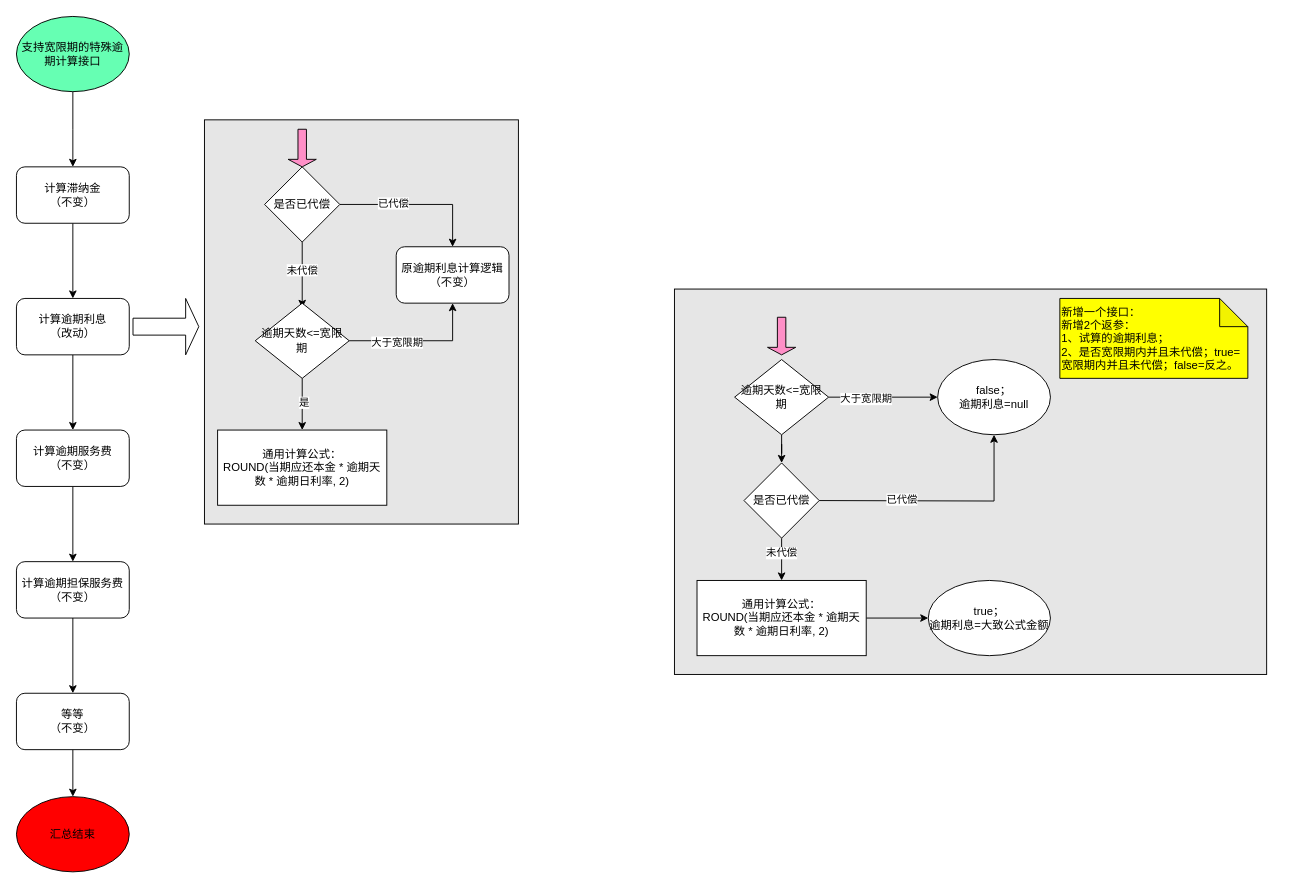
The draw.io diagram SOP5177-宽限期内减免规则逾期计算修改-贷后法催.drawio in guoZD/draw, before the edit. Source tidied: cells renumbered, new cells numbered last; positions are measured from the earlier drawing's top-left corner, leaving out a move shared by most shapes. Both pictures are drawn from the tidied source at 94%, with x=0, y=0 at pixel (16, 16).
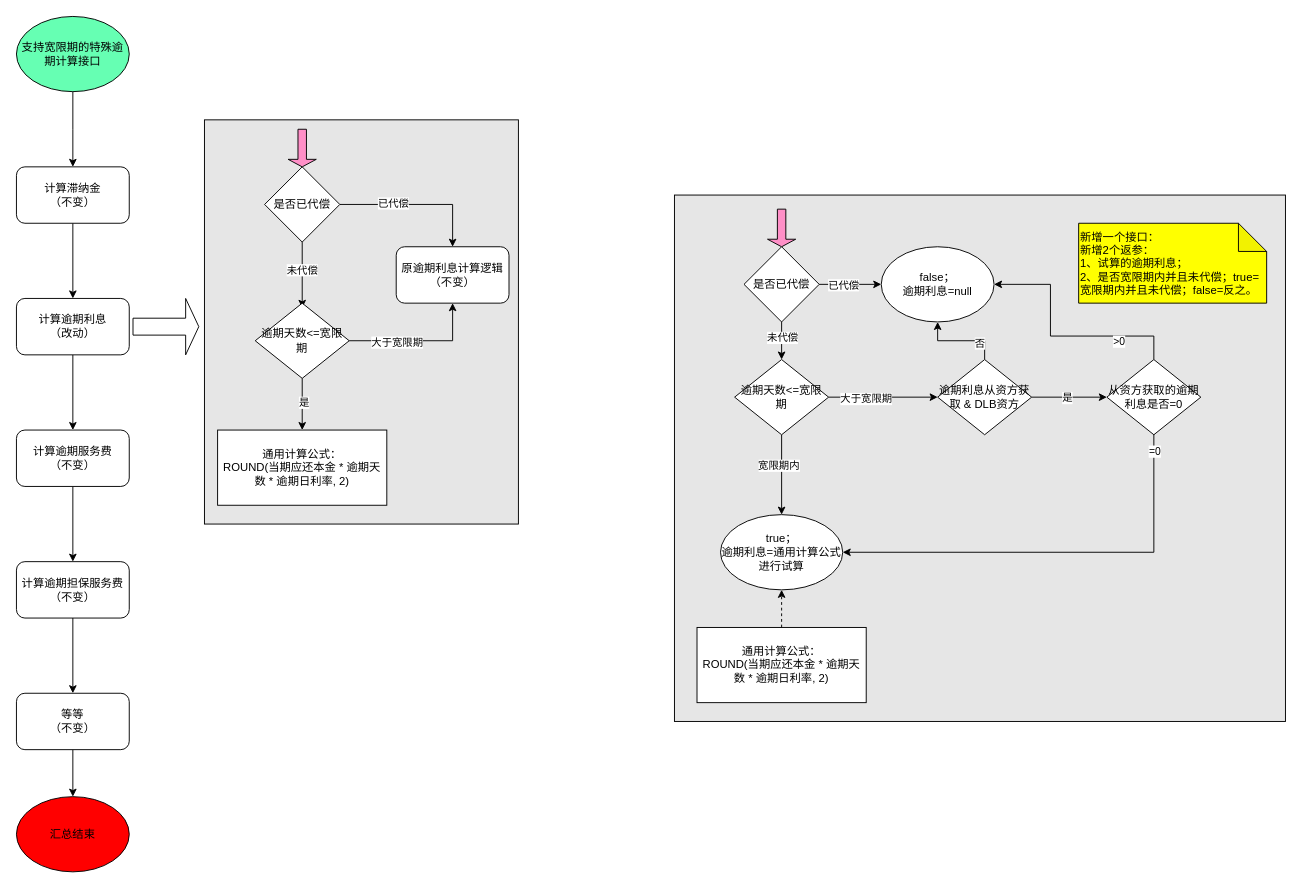
After the change.

Commit message:
更新SOP5177-宽限期内减免规则逾期计算修改-贷后法催.drawio

Unchanged cells that the change refers to:
```xml
<mxCell id="36" value="逾期天数&amp;lt;=宽限期" style="rhombus;whiteSpace=wrap;html=1;" parent="1" vertex="1">
  <mxGeometry x="764" y="365" width="100" height="80" as="geometry" />
</mxCell>
```

Diff of the diagram source:
```diff
@@
     <mxCell id="30" style="rounded=0;whiteSpace=wrap;html=1;fillColor=#E6E6E6;" parent="1" vertex="1">
-      <mxGeometry x="700" y="290" width="630" height="410" as="geometry" />
+      <mxGeometry x="700" y="190" width="650" height="560" as="geometry" />
     </mxCell>
-    <mxCell id="31" style="edgeStyle=orthogonalEdgeStyle;rounded=0;jettySize=auto;html=1;entryX=0.5;entryY=1;entryDx=0;entryDy=0;" parent="1" edge="1" target="44">
-      <mxGeometry relative="1" as="geometry">
-        <mxPoint x="854" y="515" as="sourcePoint" />
-      </mxGeometry>
-    </mxCell>
-    <mxCell id="32" value="已代偿" style="edgeLabel;html=1;align=center;verticalAlign=middle;" parent="31" vertex="1">
-      <mxGeometry x="-0.32" y="2" relative="1" as="geometry" />
-    </mxCell>
@@
-    <mxCell id="35" style="edgeStyle=orthogonalEdgeStyle;rounded=0;jettySize=auto;html=1;" parent="1" edge="1" source="36" target="42">
-      <mxGeometry relative="1" as="geometry" />
-    </mxCell>
+    <mxCell id="46" style="edgeStyle=orthogonalEdgeStyle;rounded=0;jettySize=auto;html=1;" parent="1" edge="1" source="36" target="45">
+      <mxGeometry relative="1" as="geometry" />
+    </mxCell>
+    <mxCell id="47" value="宽限期内" style="edgeLabel;html=1;align=center;verticalAlign=middle;" parent="46" vertex="1">
+      <mxGeometry x="-0.24" y="-4" relative="1" as="geometry" />
+    </mxCell>
@@
-    <mxCell id="37" style="edgeStyle=orthogonalEdgeStyle;rounded=0;jettySize=auto;html=1;" parent="1" edge="1" source="38" target="45">
+    <mxCell id="37" style="edgeStyle=orthogonalEdgeStyle;rounded=0;jettySize=auto;html=1;strokeColor=default;dashed=1;" parent="1" edge="1" source="38" target="45">
       <mxGeometry relative="1" as="geometry" />
     </mxCell>
     <mxCell id="38" value="通用计算公式：&lt;br&gt;ROUND(当期应还本金 * 逾期天数 * 逾期日利率, 2)&#9;" style="whiteSpace=wrap;html=1;" parent="1" vertex="1">
-      <mxGeometry x="724" y="600" width="180" height="80" as="geometry" />
+      <mxGeometry x="724" y="650" width="180" height="80" as="geometry" />
     </mxCell>
     <mxCell id="39" style="shape=singleArrow;direction=south;whiteSpace=wrap;html=1;fillColor=#FF8FC7;" parent="1" vertex="1">
-      <mxGeometry x="799" y="320" width="30" height="40" as="geometry" />
+      <mxGeometry x="799" y="205" width="30" height="40" as="geometry" />
     </mxCell>
-    <mxCell id="40" style="edgeStyle=orthogonalEdgeStyle;rounded=0;jettySize=auto;html=1;" parent="1" edge="1" source="42" target="38">
-      <mxGeometry relative="1" as="geometry" />
-    </mxCell>
+    <mxCell id="48" style="edgeStyle=orthogonalEdgeStyle;rounded=0;jettySize=auto;html=1;" parent="1" edge="1" source="42" target="36">
+      <mxGeometry relative="1" as="geometry" />
+    </mxCell>
-    <mxCell id="41" value="未代偿" style="edgeLabel;html=1;align=center;verticalAlign=middle;" parent="40" vertex="1">
-      <mxGeometry x="-0.33" y="-1" relative="1" as="geometry" />
+    <mxCell id="41" value="未代偿" style="edgeLabel;html=1;align=center;verticalAlign=middle;" parent="48" vertex="1">
+      <mxGeometry x="-0.2" relative="1" as="geometry" />
     </mxCell>
+    <mxCell id="49" style="edgeStyle=orthogonalEdgeStyle;rounded=0;jettySize=auto;html=1;" parent="1" edge="1" source="42" target="44">
+      <mxGeometry relative="1" as="geometry" />
+    </mxCell>
+    <mxCell id="32" value="已代偿" style="edgeLabel;html=1;align=center;verticalAlign=middle;" parent="49" vertex="1">
+      <mxGeometry x="-0.56" y="3" relative="1" as="geometry">
+        <mxPoint x="10" y="3" as="offset" />
+      </mxGeometry>
+    </mxCell>
     <mxCell id="42" value="是否已代偿" style="rhombus;whiteSpace=wrap;html=1;" parent="1" vertex="1">
-      <mxGeometry x="774" y="475" width="80" height="80" as="geometry" />
+      <mxGeometry x="774" y="245" width="80" height="80" as="geometry" />
     </mxCell>
     <mxCell id="43" value="新增一个接口：&lt;br&gt;新增2个返参：&lt;br&gt;&lt;div style=&quot;&quot;&gt;&lt;span style=&quot;background-color: initial;&quot;&gt;1、试算的逾期利息；&lt;/span&gt;&lt;/div&gt;2、是否宽限期内并且未代偿；true=宽限期内并且未代偿；false=反之。" style="shape=note;whiteSpace=wrap;html=1;backgroundOutline=1;darkOpacity=0.05;fillColor=#FFFF00;align=left;" parent="1" vertex="1">
-      <mxGeometry x="1110" y="300" width="200" height="85" as="geometry" />
+      <mxGeometry x="1130" y="220" width="200" height="85" as="geometry" />
     </mxCell>
+    <mxCell id="45" value="true；&lt;br style=&quot;border-color: var(--border-color);&quot;&gt;逾期利息=通用计算公式进行试算" style="ellipse;whiteSpace=wrap;html=1;" parent="1" vertex="1">
+      <mxGeometry x="749" y="530" width="130" height="80" as="geometry" />
+    </mxCell>
+    <mxCell id="50" style="edgeStyle=orthogonalEdgeStyle;rounded=0;jettySize=auto;html=1;" parent="1" edge="1" source="54" target="59">
+      <mxGeometry relative="1" as="geometry" />
+    </mxCell>
+    <mxCell id="51" value="是" style="edgeLabel;html=1;align=center;verticalAlign=middle;" parent="50" vertex="1">
+      <mxGeometry x="-0.07" relative="1" as="geometry" />
+    </mxCell>
+    <mxCell id="52" style="edgeStyle=orthogonalEdgeStyle;rounded=0;jettySize=auto;html=1;entryX=0.5;entryY=1;entryDx=0;entryDy=0;" parent="1" edge="1" source="54" target="44">
+      <mxGeometry relative="1" as="geometry" />
+    </mxCell>
+    <mxCell id="53" value="否" style="edgeLabel;html=1;align=center;verticalAlign=middle;" parent="52" vertex="1">
+      <mxGeometry x="-0.42" y="2" relative="1" as="geometry" />
+    </mxCell>
+    <mxCell id="54" value="逾期利息从资方获取 &amp;amp; DLB资方" style="rhombus;whiteSpace=wrap;html=1;" parent="1" vertex="1">
+      <mxGeometry x="980" y="365" width="100" height="80" as="geometry" />
+    </mxCell>
+    <mxCell id="55" style="edgeStyle=orthogonalEdgeStyle;rounded=0;jettySize=auto;html=1;entryX=1;entryY=0.5;entryDx=0;entryDy=0;exitX=1;exitY=0.5;exitDx=0;exitDy=0;" parent="1" edge="1" target="45">
+      <mxGeometry relative="1" as="geometry">
+        <mxPoint x="1211" y="440" as="sourcePoint" />
+        <Array as="points">
+          <mxPoint x="1210" y="440" />
+          <mxPoint x="1210" y="570" />
+        </Array>
+      </mxGeometry>
+    </mxCell>
+    <mxCell id="56" value="=0" style="edgeLabel;html=1;align=center;verticalAlign=middle;" parent="55" vertex="1">
+      <mxGeometry x="-0.9" relative="1" as="geometry" />
+    </mxCell>
+    <mxCell id="57" style="edgeStyle=orthogonalEdgeStyle;rounded=0;jettySize=auto;html=1;entryX=1;entryY=0.5;entryDx=0;entryDy=0;" parent="1" edge="1" source="59" target="44">
+      <mxGeometry relative="1" as="geometry">
+        <Array as="points">
+          <mxPoint x="1210" y="340" />
+          <mxPoint x="1100" y="340" />
+          <mxPoint x="1100" y="285" />
+        </Array>
+      </mxGeometry>
+    </mxCell>
+    <mxCell id="58" value="&amp;gt;0" style="edgeLabel;html=1;align=center;verticalAlign=middle;" parent="57" vertex="1">
+      <mxGeometry x="-0.5" y="4" relative="1" as="geometry">
+        <mxPoint y="1" as="offset" />
+      </mxGeometry>
+    </mxCell>
+    <mxCell id="59" value="从资方获取的逾期利息是否=0" style="rhombus;whiteSpace=wrap;html=1;" parent="1" vertex="1">
+      <mxGeometry x="1160" y="365" width="100" height="80" as="geometry" />
+    </mxCell>
     <mxCell id="44" value="false；&lt;br style=&quot;border-color: var(--border-color);&quot;&gt;逾期利息=null" style="ellipse;whiteSpace=wrap;html=1;" parent="1" vertex="1">
-      <mxGeometry x="980" y="365" width="120" height="80" as="geometry" />
+      <mxGeometry x="920" y="245" width="120" height="80" as="geometry" />
     </mxCell>
-    <mxCell id="45" value="true；&lt;br style=&quot;border-color: var(--border-color);&quot;&gt;逾期利息=大致公式金额" style="ellipse;whiteSpace=wrap;html=1;" parent="1" vertex="1">
-      <mxGeometry x="970" y="600" width="130" height="80" as="geometry" />
-    </mxCell>
```
